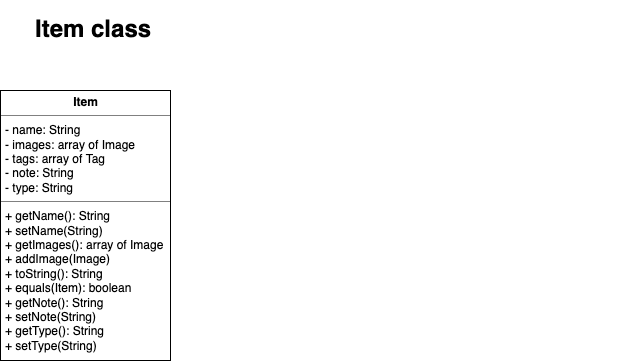
This is ItemClasses.png from domzerchi/csci-1082-final, a draw.io export, as it was before one commit. Source tidied: cells renumbered, new cells last; positions are measured from the earlier drawing's top-left corner, leaving out a move shared by most shapes.
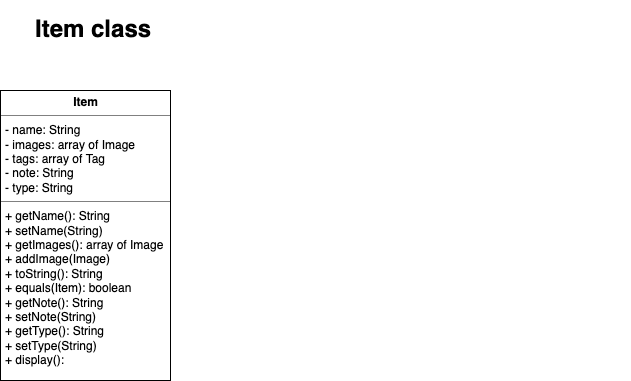
After the commit.

Change to the diagram source:
```diff
@@ -2,8 +2,8 @@
   <root>
     <mxCell id="0" />
     <mxCell id="1" parent="0" />
-    <mxCell id="2" value="&lt;p style=&quot;margin: 0px ; margin-top: 4px ; text-align: center&quot;&gt;&lt;b&gt;Item&lt;/b&gt;&lt;br&gt;&lt;/p&gt;&lt;hr size=&quot;1&quot;&gt;&lt;p style=&quot;margin: 0px ; margin-left: 4px&quot;&gt;- name: String&lt;/p&gt;&lt;p style=&quot;margin: 0px ; margin-left: 4px&quot;&gt;- images: array of Image&lt;/p&gt;&lt;p style=&quot;margin: 0px ; margin-left: 4px&quot;&gt;- tags: array of Tag&lt;br&gt;&lt;/p&gt;&lt;p style=&quot;margin: 0px ; margin-left: 4px&quot;&gt;- note: String&lt;/p&gt;&lt;p style=&quot;margin: 0px ; margin-left: 4px&quot;&gt;- type: String&lt;br&gt;&lt;/p&gt;&lt;hr size=&quot;1&quot;&gt;&lt;p style=&quot;margin: 0px ; margin-left: 4px&quot;&gt;+ getName(): String&lt;/p&gt;&lt;p style=&quot;margin: 0px ; margin-left: 4px&quot;&gt;+ setName(String)&lt;/p&gt;&lt;p style=&quot;margin: 0px ; margin-left: 4px&quot;&gt;+ getImages(): array of Image&lt;/p&gt;&lt;p style=&quot;margin: 0px ; margin-left: 4px&quot;&gt;+ addImage(Image)&lt;/p&gt;&lt;p style=&quot;margin: 0px ; margin-left: 4px&quot;&gt;+ toString(): String&lt;/p&gt;&lt;p style=&quot;margin: 0px ; margin-left: 4px&quot;&gt;+ equals(Item): boolean&lt;br&gt;&lt;/p&gt;&lt;p style=&quot;margin: 0px ; margin-left: 4px&quot;&gt;+ getNote(): String&lt;/p&gt;&lt;p style=&quot;margin: 0px ; margin-left: 4px&quot;&gt;+ setNote(String)&lt;/p&gt;&lt;p style=&quot;margin: 0px ; margin-left: 4px&quot;&gt;+ getType(): String&lt;/p&gt;&lt;p style=&quot;margin: 0px ; margin-left: 4px&quot;&gt;+ setType(String)&lt;/p&gt;" style="verticalAlign=top;align=left;overflow=fill;fontSize=12;fontFamily=Helvetica;html=1;" parent="1" vertex="1">
-      <mxGeometry y="80" width="170" height="270" as="geometry" />
+    <mxCell id="2" value="&lt;p style=&quot;margin: 0px ; margin-top: 4px ; text-align: center&quot;&gt;&lt;b&gt;Item&lt;/b&gt;&lt;br&gt;&lt;/p&gt;&lt;hr size=&quot;1&quot;&gt;&lt;p style=&quot;margin: 0px ; margin-left: 4px&quot;&gt;- name: String&lt;/p&gt;&lt;p style=&quot;margin: 0px ; margin-left: 4px&quot;&gt;- images: array of Image&lt;/p&gt;&lt;p style=&quot;margin: 0px ; margin-left: 4px&quot;&gt;- tags: array of Tag&lt;br&gt;&lt;/p&gt;&lt;p style=&quot;margin: 0px ; margin-left: 4px&quot;&gt;- note: String&lt;/p&gt;&lt;p style=&quot;margin: 0px ; margin-left: 4px&quot;&gt;- type: String&lt;br&gt;&lt;/p&gt;&lt;hr size=&quot;1&quot;&gt;&lt;p style=&quot;margin: 0px ; margin-left: 4px&quot;&gt;+ getName(): String&lt;/p&gt;&lt;p style=&quot;margin: 0px ; margin-left: 4px&quot;&gt;+ setName(String)&lt;/p&gt;&lt;p style=&quot;margin: 0px ; margin-left: 4px&quot;&gt;+ getImages(): array of Image&lt;/p&gt;&lt;p style=&quot;margin: 0px ; margin-left: 4px&quot;&gt;+ addImage(Image)&lt;/p&gt;&lt;p style=&quot;margin: 0px ; margin-left: 4px&quot;&gt;+ toString(): String&lt;/p&gt;&lt;p style=&quot;margin: 0px ; margin-left: 4px&quot;&gt;+ equals(Item): boolean&lt;br&gt;&lt;/p&gt;&lt;p style=&quot;margin: 0px ; margin-left: 4px&quot;&gt;+ getNote(): String&lt;/p&gt;&lt;p style=&quot;margin: 0px ; margin-left: 4px&quot;&gt;+ setNote(String)&lt;/p&gt;&lt;p style=&quot;margin: 0px ; margin-left: 4px&quot;&gt;+ getType(): String&lt;/p&gt;&lt;p style=&quot;margin: 0px ; margin-left: 4px&quot;&gt;+ setType(String)&lt;/p&gt;&lt;p style=&quot;margin: 0px ; margin-left: 4px&quot;&gt;+ display():&lt;br&gt;&lt;/p&gt;" style="verticalAlign=top;align=left;overflow=fill;fontSize=12;fontFamily=Helvetica;html=1;" parent="1" vertex="1">
+      <mxGeometry y="80" width="170" height="290" as="geometry" />
     </mxCell>
     <mxCell id="3" value="&lt;h1&gt;Item class &lt;br&gt;&lt;/h1&gt;&lt;p&gt;&lt;br&gt;&lt;/p&gt;" style="text;html=1;strokeColor=none;fillColor=none;spacing=5;spacingTop=-20;whiteSpace=wrap;overflow=hidden;rounded=0;" parent="1" vertex="1">
       <mxGeometry x="30" width="600" height="120" as="geometry" />
```
